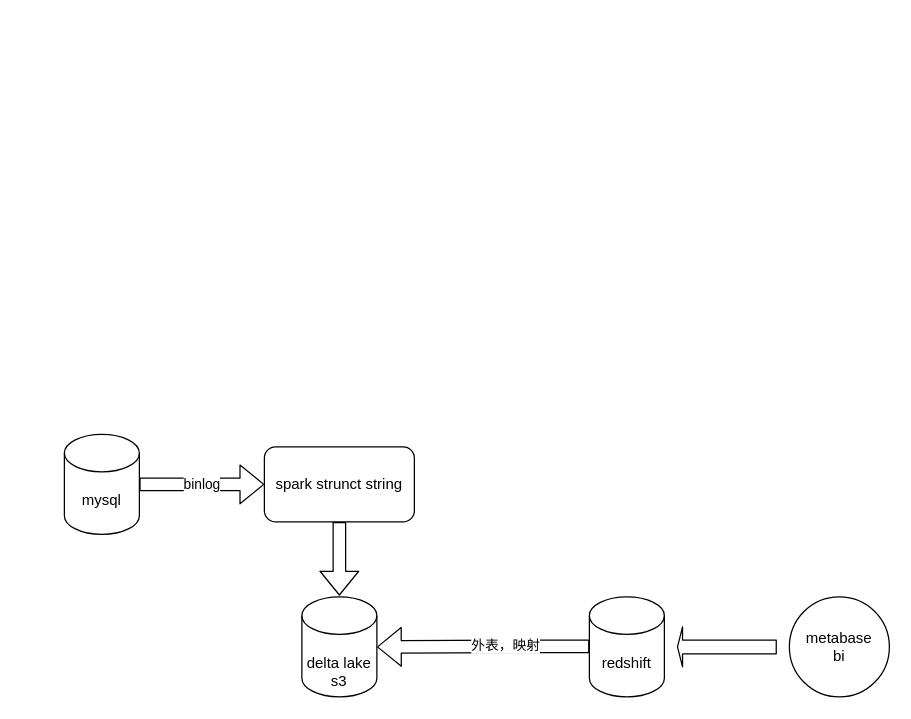
Above: dir1/Untitled Diagram.drawio in liangrui1988/diagrams (draw.io), before the change. Source tidied: cells renumbered, new cells numbered last; positions are measured from the earlier drawing's top-left corner, leaving out a move shared by most shapes. Both pictures are drawn from the tidied source at 125%, with x=0, y=0 at pixel (64, 434).
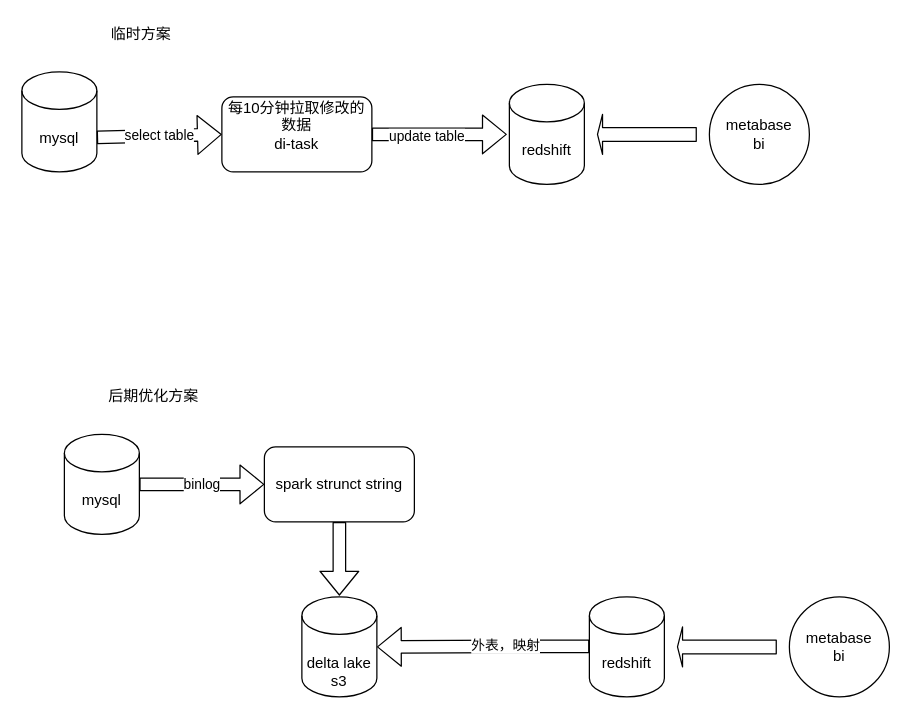
The same diagram, later.

The edit, as a diff of the source:
```diff
@@
+    <mxCell id="12" value="后期优化方案" style="text;html=1;align=center;verticalAlign=middle;" parent="1" vertex="1">
+      <mxGeometry x="26" y="-40" width="90" height="20" as="geometry" />
+    </mxCell>
+    <mxCell id="13" value="mysql" style="shape=cylinder3;whiteSpace=wrap;html=1;boundedLbl=1;backgroundOutline=1;size=15;" parent="1" vertex="1">
+      <mxGeometry x="-34" y="-290" width="60" height="80" as="geometry" />
+    </mxCell>
+    <mxCell id="14" value="每10分钟拉取修改的数据&lt;br&gt;di-task&lt;br&gt;&lt;br&gt;" style="rounded=1;whiteSpace=wrap;html=1;" parent="1" vertex="1">
+      <mxGeometry x="126" y="-270" width="120" height="60" as="geometry" />
+    </mxCell>
+    <mxCell id="15" value="redshift" style="shape=cylinder3;whiteSpace=wrap;html=1;boundedLbl=1;backgroundOutline=1;size=15;" parent="1" vertex="1">
+      <mxGeometry x="356" y="-280" width="60" height="80" as="geometry" />
+    </mxCell>
+    <mxCell id="16" value="metabase&lt;br&gt;bi" style="ellipse;whiteSpace=wrap;html=1;" parent="1" vertex="1">
+      <mxGeometry x="516" y="-280" width="80" height="80" as="geometry" />
+    </mxCell>
+    <mxCell id="17" style="shape=flexArrow;endArrow=classic;html=1;width=11;endSize=1.01;" parent="1" edge="1">
+      <mxGeometry relative="1" as="geometry">
+        <mxPoint x="506" y="-240" as="sourcePoint" />
+        <mxPoint x="426" y="-240" as="targetPoint" />
+      </mxGeometry>
+    </mxCell>
+    <mxCell id="18" style="shape=flexArrow;endArrow=classic;html=1;exitX=1;exitY=0.5;exitDx=0;exitDy=0;" parent="1" edge="1" source="14">
+      <mxGeometry relative="1" as="geometry">
+        <mxPoint x="354" y="-240" as="targetPoint" />
+      </mxGeometry>
+    </mxCell>
+    <mxCell id="19" value="update table" style="edgeLabel;html=1;align=center;verticalAlign=middle;" parent="18" vertex="1">
+      <mxGeometry x="-0.21" y="-1" relative="1" as="geometry" />
+    </mxCell>
+    <mxCell id="20" value="&#10;&#10;&lt;span style=&quot;color: rgb(0, 0, 0); font-family: helvetica; font-size: 11px; font-style: normal; font-weight: 400; letter-spacing: normal; text-align: center; text-indent: 0px; text-transform: none; word-spacing: 0px; background-color: rgb(255, 255, 255); display: inline; float: none;&quot;&gt;select table&lt;/span&gt;&#10;&#10;" style="shape=flexArrow;endArrow=classic;html=1;exitX=1;exitY=0;exitDx=0;exitDy=52.5;exitPerimeter=0;entryX=0;entryY=0.5;entryDx=0;entryDy=0;" parent="1" edge="1" source="13" target="14">
+      <mxGeometry relative="1" as="geometry" />
+    </mxCell>
+    <mxCell id="21" value="临时方案" style="text;html=1;align=center;verticalAlign=middle;" parent="1" vertex="1">
+      <mxGeometry x="31" y="-330" width="60" height="20" as="geometry" />
+    </mxCell>
```
